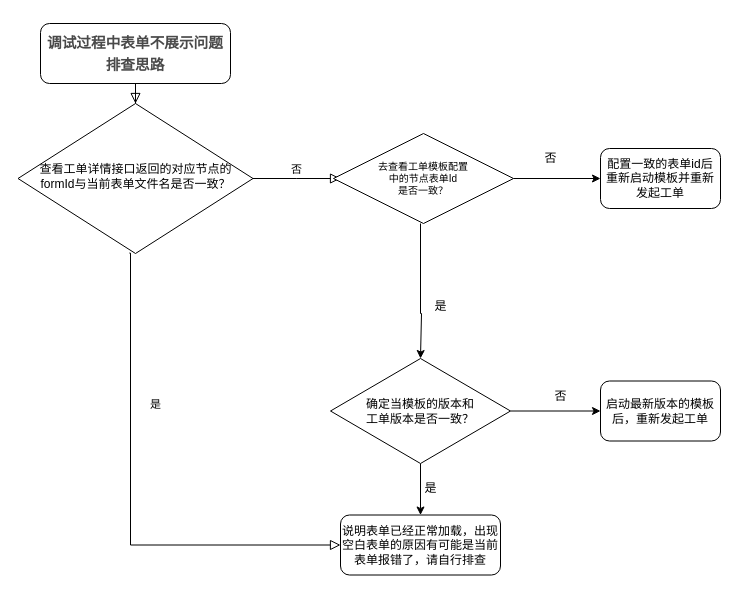
linxingli/blog keeps this draw.io diagram as 未命名绘图.drawio. Above is the earlier version. Source tidied: cells renumbered, new cells numbered last; positions are measured from the earlier drawing's top-left corner, leaving out a move shared by most shapes. Both pictures are drawn from the tidied source at 100%, with x=0, y=0 at pixel (18, 23).
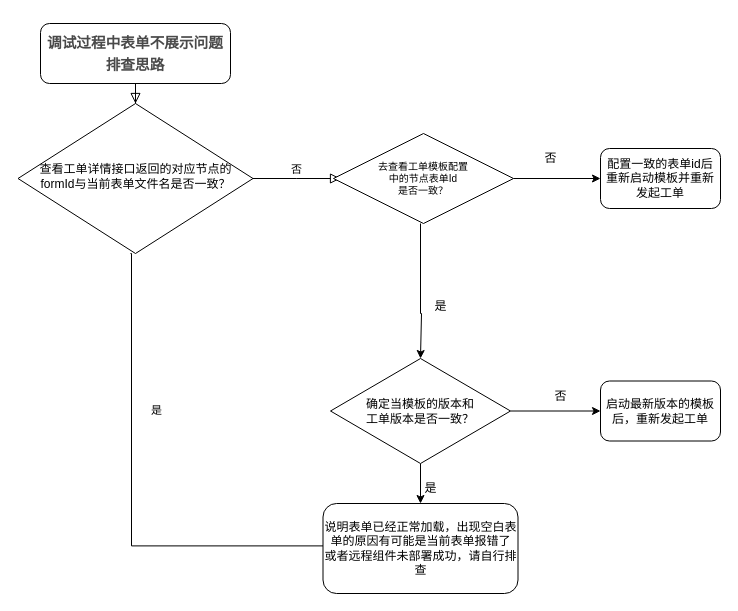
The same page after the edit.

Commit message:
工单表单不展示排查思路.drawio

Unchanged cells that the change refers to:
```xml
<mxCell id="6" value="&lt;p&gt;查看工单详情接口返回的对应节点的formId与当前表单文件名是否一致？&lt;/p&gt;" style="rhombus;whiteSpace=wrap;html=1;shadow=0;fontFamily=Helvetica;fontSize=12;align=center;strokeWidth=1;spacing=6;spacingTop=-4;" parent="1" vertex="1">
  <mxGeometry x="-0.5" y="80" width="235" height="150" as="geometry" />
</mxCell>
```

Diff of the diagram source:
```diff
@@
-    <mxCell id="4" value="是" style="rounded=0;html=1;jettySize=auto;fontSize=11;endArrow=block;endFill=0;endSize=8;strokeWidth=1;shadow=0;labelBackgroundColor=none;edgeStyle=orthogonalEdgeStyle;entryX=0;entryY=0.5;entryDx=0;entryDy=0;exitX=0.474;exitY=0.997;exitDx=0;exitDy=0;exitPerimeter=0;" parent="1" edge="1" source="6" target="19">
+    <mxCell id="4" value="是" style="rounded=0;html=1;jettySize=auto;orthogonalLoop=1;fontSize=11;endArrow=block;endFill=0;endSize=8;strokeWidth=1;shadow=0;labelBackgroundColor=none;edgeStyle=orthogonalEdgeStyle;entryX=0.011;entryY=0.579;entryDx=0;entryDy=0;exitX=0.474;exitY=0.997;exitDx=0;exitDy=0;exitPerimeter=0;entryPerimeter=0;" parent="1" edge="1">
       <mxGeometry x="-0.39" y="25" relative="1" as="geometry">
+        <mxPoint x="112" y="230" as="sourcePoint" />
+        <mxPoint x="329.1" y="529.4" as="targetPoint" />
         <Array as="points">
-          <mxPoint x="112" y="230" />
-          <mxPoint x="112" y="522" />
+          <mxPoint x="113" y="230.4" />
+          <mxPoint x="113" y="522.4" />
+          <mxPoint x="329" y="522.4" />
         </Array>
       </mxGeometry>
     </mxCell>
@@
-    <mxCell id="19" value="说明表单已经正常加载，出现空白表单的原因有可能是当前表单报错了，请自行排查" style="rounded=1;whiteSpace=wrap;html=1;" parent="1" vertex="1">
-      <mxGeometry x="322" y="491.5" width="160" height="60" as="geometry" />
+    <mxCell id="19" value="说明表单已经正常加载，出现空白表单的原因有可能是当前表单报错了&lt;br&gt;或者远程组件未部署成功，请自行排查" style="rounded=1;whiteSpace=wrap;html=1;" parent="1" vertex="1">
+      <mxGeometry x="304.5" y="480" width="195" height="90" as="geometry" />
     </mxCell>
```
